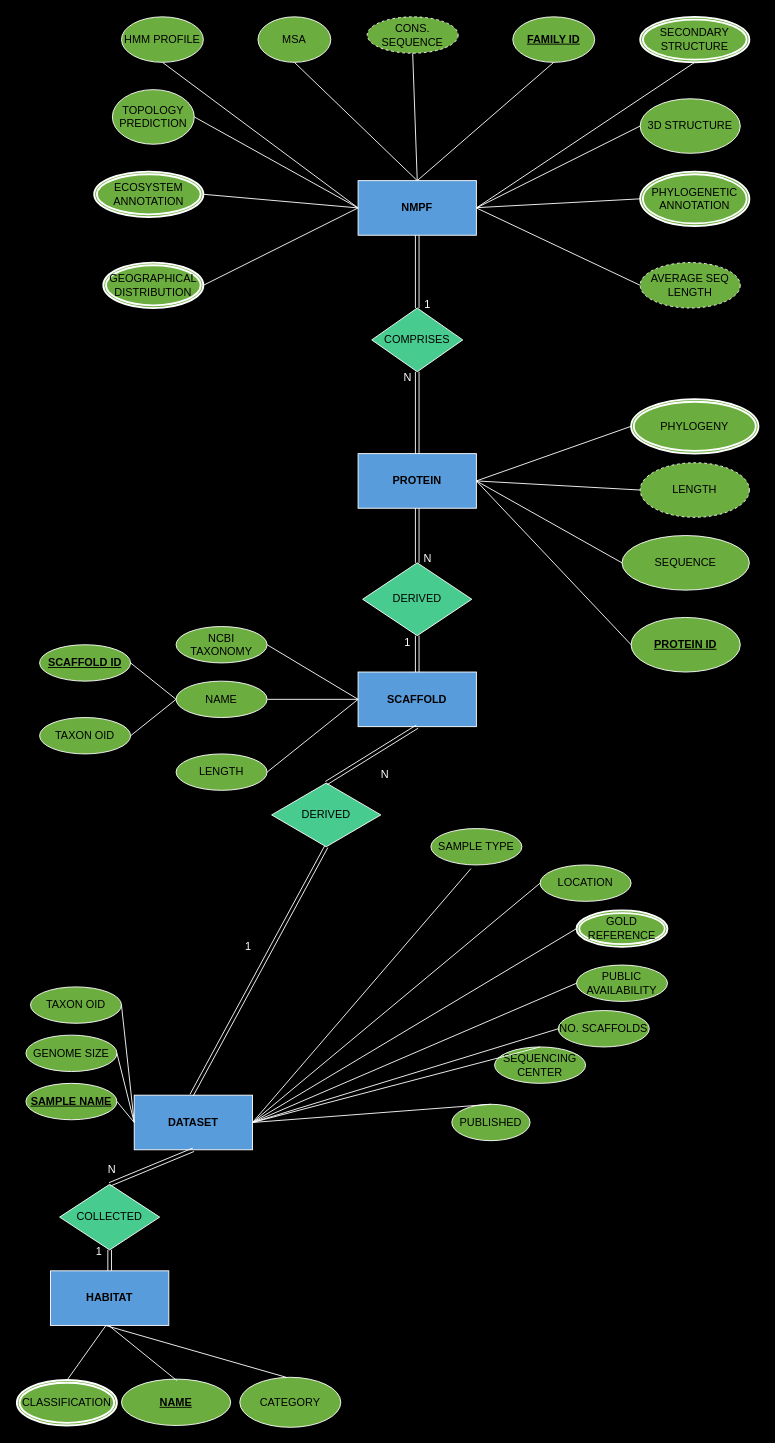
Earlier version of the draw.io diagram Ανώνυμο διάγραμμα.drawio (IceGreb/db_project). Source tidied: cells renumbered, new cells numbered last; positions are measured from the earlier drawing's top-left corner, leaving out a move shared by most shapes. Both pictures are drawn from the tidied source at 91%, with x=0, y=0 at pixel (16, 16).
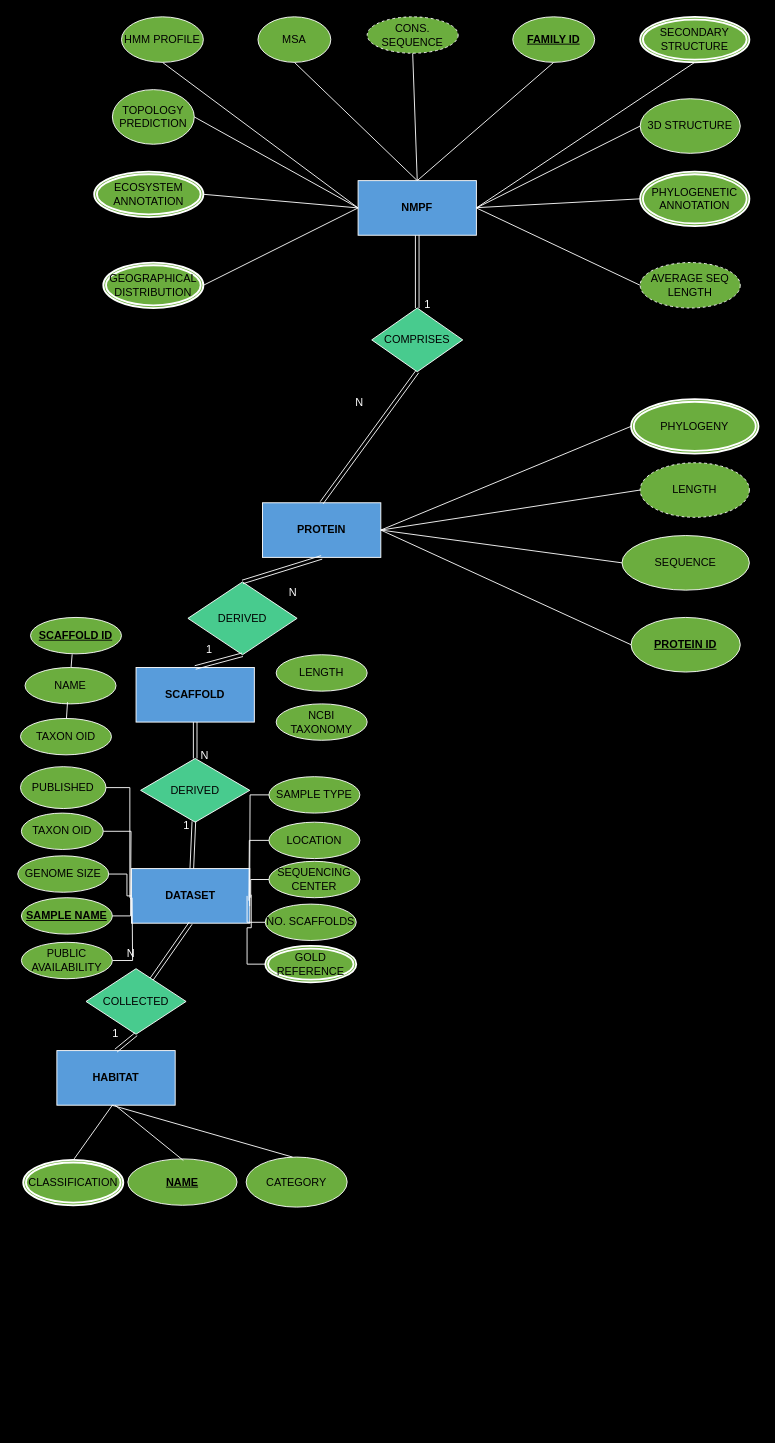
The same page after the edit.

Change to the diagram source:
```diff
@@
     <mxCell id="17" value="&lt;div&gt;PROTEIN&lt;/div&gt;" style="rounded=0;whiteSpace=wrap;html=1;labelBackgroundColor=none;fontFamily=Helvetica;labelBorderColor=none;fillColor=#589cdb;strokeColor=#FFFFFF;fontColor=#000000;fontStyle=1;" parent="1" vertex="1">
-      <mxGeometry x="375" y="480" width="130" height="60" as="geometry" />
+      <mxGeometry x="270" y="534" width="130" height="60" as="geometry" />
     </mxCell>
@@
     <mxCell id="23" value="HABITAT" style="rounded=0;whiteSpace=wrap;html=1;labelBackgroundColor=none;fontFamily=Helvetica;fillColor=#589cdb;fontColor=#000000;strokeColor=#FFFFFF;fontStyle=1;" parent="1" vertex="1">
-      <mxGeometry x="37" y="1378" width="130" height="60" as="geometry" />
+      <mxGeometry x="44" y="1136" width="130" height="60" as="geometry" />
     </mxCell>
     <mxCell id="24" value="SCAFFOLD" style="rounded=0;whiteSpace=wrap;html=1;labelBackgroundColor=none;fontFamily=Helvetica;labelBorderColor=none;fillColor=#589cdb;strokeColor=#FFFFFF;fontColor=#000000;fontStyle=1;" parent="1" vertex="1">
-      <mxGeometry x="375" y="720" width="130" height="60" as="geometry" />
+      <mxGeometry x="131" y="715" width="130" height="60" as="geometry" />
     </mxCell>
     <mxCell id="25" value="DATASET" style="rounded=0;whiteSpace=wrap;html=1;labelBackgroundColor=none;fontFamily=Helvetica;fillColor=#589cdb;strokeColor=#FFFFFF;fontColor=#000000;fontStyle=1;" parent="1" vertex="1">
-      <mxGeometry x="129" y="1185" width="130" height="60" as="geometry" />
+      <mxGeometry x="126" y="936" width="130" height="60" as="geometry" />
     </mxCell>
@@
+    <mxCell id="93" style="edgeStyle=orthogonalEdgeStyle;shape=connector;rounded=0;jettySize=auto;html=1;labelBackgroundColor=default;strokeColor=#FFFFFF;align=center;verticalAlign=middle;fontFamily=Helvetica;fontSize=11;fontColor=default;endArrow=none;endFill=0;" parent="1" edge="1" source="28">
+      <mxGeometry relative="1" as="geometry">
+        <mxPoint x="125" y="969.7" as="targetPoint" />
+      </mxGeometry>
+    </mxCell>
     <mxCell id="28" value="TAXON OID" style="ellipse;whiteSpace=wrap;html=1;align=center;labelBackgroundColor=none;fontFamily=Helvetica;fillColor=#6bad3e;strokeColor=#FFFFFF;fontColor=#000000;labelBorderColor=none;fontStyle=0;" parent="1" vertex="1">
-      <mxGeometry x="15" y="1066" width="100" height="40" as="geometry" />
+      <mxGeometry x="5" y="875" width="90" height="40" as="geometry" />
     </mxCell>
     <mxCell id="29" value="&lt;u&gt;&lt;b&gt;SCAFFOLD ID&lt;/b&gt;&lt;/u&gt;" style="ellipse;whiteSpace=wrap;html=1;align=center;labelBackgroundColor=none;fontFamily=Helvetica;strokeColor=#FFFFFF;fillColor=#6bad3e;fontColor=#000000;labelBorderColor=none;fontStyle=0;" parent="1" vertex="1">
-      <mxGeometry x="25" y="690" width="100" height="40" as="geometry" />
+      <mxGeometry x="15" y="660" width="100" height="40" as="geometry" />
     </mxCell>
-    <mxCell id="30" style="endArrow=none;html=1;rounded=0;labelBackgroundColor=none;fontColor=#000000;entryX=0;entryY=0.5;entryDx=0;entryDy=0;exitX=1;exitY=0.5;exitDx=0;exitDy=0;fontFamily=Helvetica;labelBorderColor=none;strokeColor=#FFFFFF;fontSize=12;fillColor=#6bad3e;fontStyle=0;" parent="1" edge="1" source="29" target="62">
+    <mxCell id="30" style="endArrow=none;html=1;rounded=0;labelBackgroundColor=none;fontColor=#000000;exitX=0.458;exitY=1.013;exitDx=0;exitDy=0;fontFamily=Helvetica;labelBorderColor=none;strokeColor=#FFFFFF;fontSize=12;fillColor=#6bad3e;fontStyle=0;exitPerimeter=0;" parent="1" edge="1" source="29" target="62">
       <mxGeometry relative="1" as="geometry" />
     </mxCell>
-    <mxCell id="31" style="endArrow=none;html=1;rounded=0;labelBackgroundColor=none;fontColor=#FFFFFF;entryX=0;entryY=0.5;entryDx=0;entryDy=0;exitX=1;exitY=0.5;exitDx=0;exitDy=0;fontFamily=Helvetica;strokeColor=#FFFFFF;" parent="1" edge="1" source="28" target="25">
-      <mxGeometry relative="1" as="geometry" />
-    </mxCell>
     <mxCell id="32" value="LENGTH" style="ellipse;whiteSpace=wrap;html=1;align=center;labelBackgroundColor=none;fontFamily=Helvetica;labelBorderColor=none;fillColor=#6bad3e;strokeColor=#FFFFFF;fontColor=#000000;fontStyle=0;" parent="1" vertex="1">
-      <mxGeometry x="175" y="810" width="100" height="40" as="geometry" />
+      <mxGeometry x="285" y="701" width="100" height="40" as="geometry" />
     </mxCell>
-    <mxCell id="33" style="fontSize=12;html=1;endArrow=none;startArrow=none;labelBackgroundColor=none;fontColor=default;startFill=0;endFill=0;rounded=1;strokeColor=#FFFFFF;entryX=0;entryY=0.5;entryDx=0;entryDy=0;exitX=1;exitY=0.5;exitDx=0;exitDy=0;fontFamily=Helvetica;labelBorderColor=none;" parent="1" edge="1" source="32" target="24">
-      <mxGeometry relative="1" as="geometry" />
-    </mxCell>
     <mxCell id="34" value="NCBI TAXONOMY" style="ellipse;whiteSpace=wrap;html=1;align=center;labelBackgroundColor=none;fontFamily=Helvetica;labelBorderColor=none;strokeColor=#FFFFFF;fillColor=#6bad3e;fontColor=#000000;fontStyle=0;" parent="1" vertex="1">
-      <mxGeometry x="175" y="670" width="100" height="40" as="geometry" />
+      <mxGeometry x="285" y="755" width="100" height="40" as="geometry" />
     </mxCell>
-    <mxCell id="35" style="fontSize=12;html=1;endArrow=none;startArrow=none;rounded=0;labelBackgroundColor=none;fontColor=default;startFill=0;endFill=0;entryX=0;entryY=0.5;entryDx=0;entryDy=0;exitX=1;exitY=0.5;exitDx=0;exitDy=0;fontFamily=Helvetica;labelBorderColor=none;strokeColor=#FFFFFF;" parent="1" edge="1" source="34" target="24">
-      <mxGeometry relative="1" as="geometry" />
-    </mxCell>
     <mxCell id="36" value="DERIVED" style="shape=rhombus;perimeter=rhombusPerimeter;whiteSpace=wrap;html=1;align=center;labelBackgroundColor=none;fontFamily=Helvetica;labelBorderColor=none;fillColor=#48cb8e;strokeColor=#FFFFFF;fontColor=#000000;rounded=0;" parent="1" vertex="1">
-      <mxGeometry x="380" y="600" width="120" height="80" as="geometry" />
+      <mxGeometry x="188" y="621" width="120" height="80" as="geometry" />
     </mxCell>
+    <mxCell id="94" style="edgeStyle=orthogonalEdgeStyle;shape=connector;rounded=0;jettySize=auto;html=1;labelBackgroundColor=default;strokeColor=#FFFFFF;align=center;verticalAlign=middle;fontFamily=Helvetica;fontSize=11;fontColor=default;endArrow=none;endFill=0;" parent="1" edge="1" source="37">
+      <mxGeometry relative="1" as="geometry">
+        <mxPoint x="125" y="968" as="targetPoint" />
+      </mxGeometry>
+    </mxCell>
     <mxCell id="37" value="&lt;u&gt;&lt;b&gt;SAMPLE NAME&lt;/b&gt;&lt;/u&gt;" style="ellipse;whiteSpace=wrap;html=1;align=center;labelBackgroundColor=none;fontFamily=Helvetica;fillColor=#6bad3e;strokeColor=#FFFFFF;fontColor=#000000;labelBorderColor=none;fontStyle=0;" parent="1" vertex="1">
-      <mxGeometry x="10" y="1172" width="100" height="40" as="geometry" />
+      <mxGeometry x="5" y="968" width="100" height="40" as="geometry" />
     </mxCell>
+    <mxCell id="95" style="edgeStyle=orthogonalEdgeStyle;shape=connector;rounded=0;jettySize=auto;html=1;labelBackgroundColor=default;strokeColor=#FFFFFF;align=center;verticalAlign=middle;fontFamily=Helvetica;fontSize=11;fontColor=default;endArrow=none;endFill=0;" parent="1" edge="1" source="38">
+      <mxGeometry relative="1" as="geometry">
+        <mxPoint x="255.8" y="977.2" as="targetPoint" />
+      </mxGeometry>
+    </mxCell>
     <mxCell id="38" value="SAMPLE TYPE" style="ellipse;whiteSpace=wrap;html=1;align=center;labelBackgroundColor=none;fontFamily=Helvetica;labelBorderColor=none;fillColor=#6bad3e;strokeColor=#FFFFFF;fontColor=#000000;fontStyle=0;" parent="1" vertex="1">
-      <mxGeometry x="455" y="892" width="100" height="40" as="geometry" />
+      <mxGeometry x="277" y="835" width="100" height="40" as="geometry" />
     </mxCell>
+    <mxCell id="96" style="edgeStyle=orthogonalEdgeStyle;shape=connector;rounded=0;jettySize=auto;html=1;labelBackgroundColor=default;strokeColor=#FFFFFF;align=center;verticalAlign=middle;fontFamily=Helvetica;fontSize=11;fontColor=default;endArrow=none;endFill=0;" parent="1" edge="1" source="39">
+      <mxGeometry relative="1" as="geometry">
+        <mxPoint x="255" y="971.3" as="targetPoint" />
+      </mxGeometry>
+    </mxCell>
     <mxCell id="39" value="LOCATION" style="ellipse;whiteSpace=wrap;html=1;align=center;labelBackgroundColor=none;fontFamily=Helvetica;fillColor=#6bad3e;strokeColor=#FFFFFF;fontColor=#000000;labelBorderColor=none;fontStyle=0;" parent="1" vertex="1">
-      <mxGeometry x="575" y="932" width="100" height="40" as="geometry" />
+      <mxGeometry x="277" y="885" width="100" height="40" as="geometry" />
     </mxCell>
     <mxCell id="40" value="&lt;div&gt;SEQUENCING CENTER&lt;/div&gt;" style="ellipse;whiteSpace=wrap;html=1;align=center;labelBackgroundColor=none;fontFamily=Helvetica;fillColor=#6bad3e;strokeColor=#FFFFFF;fontColor=#000000;labelBorderColor=none;fontStyle=0;" parent="1" vertex="1">
-      <mxGeometry x="525" y="1132" width="100" height="40" as="geometry" />
+      <mxGeometry x="277" y="928" width="100" height="40" as="geometry" />
     </mxCell>
     <mxCell id="41" value="PUBLISHED" style="ellipse;whiteSpace=wrap;html=1;align=center;labelBackgroundColor=none;fontFamily=Helvetica;fillColor=#6bad3e;strokeColor=#FFFFFF;fontColor=#000000;labelBorderColor=none;fontStyle=0;" parent="1" vertex="1">
-      <mxGeometry x="478" y="1195" width="86" height="40" as="geometry" />
+      <mxGeometry x="4" y="824" width="94" height="46" as="geometry" />
     </mxCell>
+    <mxCell id="97" style="edgeStyle=orthogonalEdgeStyle;rounded=0;jettySize=auto;html=1;strokeColor=#FFFFFF;endArrow=none;endFill=0;" parent="1" edge="1" source="42">
+      <mxGeometry relative="1" as="geometry">
+        <mxPoint x="126.7" y="968" as="targetPoint" />
+      </mxGeometry>
+    </mxCell>
     <mxCell id="42" value="PUBLIC AVAILABILITY" style="ellipse;whiteSpace=wrap;html=1;align=center;labelBackgroundColor=none;fontFamily=Helvetica;fillColor=#6bad3e;strokeColor=#FFFFFF;fontColor=#000000;labelBorderColor=none;fontStyle=0;" parent="1" vertex="1">
-      <mxGeometry x="615" y="1042" width="100" height="40" as="geometry" />
+      <mxGeometry x="5" y="1017" width="100" height="40" as="geometry" />
     </mxCell>
+    <mxCell id="98" style="edgeStyle=orthogonalEdgeStyle;shape=connector;rounded=0;jettySize=auto;html=1;labelBackgroundColor=default;strokeColor=#FFFFFF;align=center;verticalAlign=middle;fontFamily=Helvetica;fontSize=11;fontColor=default;endArrow=none;endFill=0;" parent="1" edge="1" source="43" target="25">
+      <mxGeometry relative="1" as="geometry" />
+    </mxCell>
     <mxCell id="43" value="GENOME SIZE" style="ellipse;whiteSpace=wrap;html=1;align=center;labelBackgroundColor=none;fontFamily=Helvetica;fillColor=#6bad3e;strokeColor=#FFFFFF;fontColor=#000000;labelBorderColor=none;fontStyle=0;" parent="1" vertex="1">
-      <mxGeometry x="10" y="1119" width="100" height="40" as="geometry" />
+      <mxGeometry x="1" y="922" width="100" height="40" as="geometry" />
     </mxCell>
+    <mxCell id="99" style="edgeStyle=orthogonalEdgeStyle;shape=connector;rounded=0;jettySize=auto;html=1;labelBackgroundColor=default;strokeColor=#FFFFFF;align=center;verticalAlign=middle;fontFamily=Helvetica;fontSize=11;fontColor=default;endArrow=none;endFill=0;" parent="1" edge="1" source="44" target="25">
+      <mxGeometry relative="1" as="geometry" />
+    </mxCell>
     <mxCell id="44" value="&lt;div&gt;NO. SCAFFOLDS&lt;/div&gt;" style="ellipse;whiteSpace=wrap;html=1;align=center;labelBackgroundColor=none;fontFamily=Helvetica;fillColor=#6bad3e;strokeColor=#FFFFFF;fontColor=#000000;labelBorderColor=none;fontStyle=0;" parent="1" vertex="1">
-      <mxGeometry x="595" y="1092" width="100" height="40" as="geometry" />
+      <mxGeometry x="273" y="975" width="100" height="40" as="geometry" />
     </mxCell>
-    <mxCell id="45" style="endArrow=none;html=1;rounded=0;labelBackgroundColor=none;fontColor=#FFFFFF;exitX=0;exitY=0.5;exitDx=0;exitDy=0;entryX=1;entryY=0.5;entryDx=0;entryDy=0;fontFamily=Helvetica;strokeColor=#FFFFFF;" parent="1" edge="1" source="25" target="43">
-      <mxGeometry relative="1" as="geometry" />
-    </mxCell>
-    <mxCell id="46" style="endArrow=none;html=1;rounded=0;labelBackgroundColor=none;fontColor=default;entryX=0;entryY=0.5;entryDx=0;entryDy=0;exitX=1;exitY=0.5;exitDx=0;exitDy=0;fontFamily=Helvetica;strokeColor=#FFFFFF;" parent="1" edge="1" source="25" target="39">
-      <mxGeometry relative="1" as="geometry" />
-    </mxCell>
-    <mxCell id="47" style="endArrow=none;html=1;rounded=0;labelBackgroundColor=none;fontColor=#FFFFFF;exitX=1;exitY=0.5;exitDx=0;exitDy=0;entryX=0.5;entryY=0;entryDx=0;entryDy=0;fontFamily=Helvetica;strokeColor=#FFFFFF;" parent="1" edge="1" source="25" target="41">
-      <mxGeometry relative="1" as="geometry" />
-    </mxCell>
-    <mxCell id="48" style="endArrow=none;html=1;rounded=0;labelBackgroundColor=none;fontColor=default;exitX=1;exitY=0.5;exitDx=0;exitDy=0;entryX=0;entryY=0.5;entryDx=0;entryDy=0;fontFamily=Helvetica;strokeColor=#FFFFFF;" parent="1" edge="1" source="25" target="66">
-      <mxGeometry relative="1" as="geometry" />
-    </mxCell>
-    <mxCell id="49" style="endArrow=none;html=1;rounded=0;labelBackgroundColor=none;fontColor=default;exitX=1;exitY=0.5;exitDx=0;exitDy=0;entryX=0;entryY=0.5;entryDx=0;entryDy=0;fontFamily=Helvetica;strokeColor=#FFFFFF;" parent="1" edge="1" source="25" target="42">
-      <mxGeometry relative="1" as="geometry" />
-    </mxCell>
-    <mxCell id="50" style="endArrow=none;html=1;rounded=0;labelBackgroundColor=none;fontColor=default;exitX=1;exitY=0.5;exitDx=0;exitDy=0;entryX=0;entryY=0.5;entryDx=0;entryDy=0;fontFamily=Helvetica;strokeColor=#FFFFFF;" parent="1" edge="1" source="25" target="44">
-      <mxGeometry relative="1" as="geometry" />
-    </mxCell>
-    <mxCell id="51" style="endArrow=none;html=1;rounded=0;labelBackgroundColor=none;fontColor=default;exitX=1;exitY=0.5;exitDx=0;exitDy=0;entryX=0.5;entryY=0;entryDx=0;entryDy=0;fontFamily=Helvetica;strokeColor=#FFFFFF;" parent="1" edge="1" source="25" target="40">
-      <mxGeometry relative="1" as="geometry" />
-    </mxCell>
-    <mxCell id="52" style="endArrow=none;html=1;rounded=0;labelBackgroundColor=none;fontColor=#FFFFFF;entryX=1;entryY=0.5;entryDx=0;entryDy=0;exitX=0.44;exitY=1.1;exitDx=0;exitDy=0;exitPerimeter=0;fontFamily=Helvetica;strokeColor=#FFFFFF;" parent="1" edge="1" source="38" target="25">
-      <mxGeometry relative="1" as="geometry" />
-    </mxCell>
-    <mxCell id="53" style="endArrow=none;html=1;rounded=0;labelBackgroundColor=none;fontColor=#FFFFFF;exitX=0;exitY=0.5;exitDx=0;exitDy=0;entryX=1;entryY=0.5;entryDx=0;entryDy=0;fontFamily=Helvetica;strokeColor=#FFFFFF;" parent="1" edge="1" source="25" target="37">
-      <mxGeometry relative="1" as="geometry" />
-    </mxCell>
     <mxCell id="54" value="&lt;u&gt;&lt;b&gt;NAME&lt;/b&gt;&lt;/u&gt;" style="ellipse;whiteSpace=wrap;html=1;align=center;labelBackgroundColor=none;fontFamily=Helvetica;fillColor=#6bad3e;strokeColor=#FFFFFF;fontColor=#000000;labelBorderColor=none;fontStyle=0;" parent="1" vertex="1">
-      <mxGeometry x="115" y="1497" width="120" height="51" as="geometry" />
+      <mxGeometry x="122" y="1255" width="120" height="51" as="geometry" />
     </mxCell>
     <mxCell id="55" value="CATEGORY" style="ellipse;whiteSpace=wrap;html=1;align=center;labelBackgroundColor=none;fontFamily=Helvetica;fillColor=#6bad3e;strokeColor=#FFFFFF;fontColor=#000000;labelBorderColor=none;fontStyle=0;" parent="1" vertex="1">
-      <mxGeometry x="245" y="1495" width="111" height="55" as="geometry" />
+      <mxGeometry x="252" y="1253" width="111" height="55" as="geometry" />
     </mxCell>
@@
     <mxCell id="57" style="endArrow=none;html=1;rounded=0;labelBackgroundColor=none;fontColor=default;entryX=0.467;entryY=1.002;entryDx=0;entryDy=0;fontFamily=Helvetica;strokeColor=#FFFFFF;entryPerimeter=0;" parent="1" edge="1" target="23">
       <mxGeometry relative="1" as="geometry">
-        <mxPoint x="296" y="1495" as="sourcePoint" />
+        <mxPoint x="303" y="1253" as="sourcePoint" />
       </mxGeometry>
     </mxCell>
@@
     <mxCell id="59" value="COLLECTED" style="shape=rhombus;perimeter=rhombusPerimeter;whiteSpace=wrap;html=1;align=center;direction=south;labelBackgroundColor=none;fontFamily=Helvetica;fillColor=#48cb8e;strokeColor=#FFFFFF;fontColor=#000000;rounded=0;" parent="1" vertex="1">
-      <mxGeometry x="47" y="1283" width="110" height="72" as="geometry" />
+      <mxGeometry x="76" y="1046" width="110" height="72" as="geometry" />
     </mxCell>
     <mxCell id="60" value="DERIVED" style="shape=rhombus;perimeter=rhombusPerimeter;whiteSpace=wrap;html=1;align=center;labelBackgroundColor=none;fontFamily=Helvetica;labelBorderColor=none;fillColor=#48cb8e;strokeColor=#FFFFFF;fontColor=#000000;rounded=0;" parent="1" vertex="1">
-      <mxGeometry x="280" y="842" width="120" height="70" as="geometry" />
+      <mxGeometry x="136" y="815" width="120" height="70" as="geometry" />
     </mxCell>
@@
     <mxCell id="62" value="ΝΑΜΕ" style="ellipse;whiteSpace=wrap;html=1;align=center;labelBackgroundColor=none;fontFamily=Helvetica;labelBorderColor=none;strokeColor=#FFFFFF;fillColor=#6bad3e;fontColor=#000000;fontStyle=0;" parent="1" vertex="1">
-      <mxGeometry x="175" y="730" width="100" height="40" as="geometry" />
+      <mxGeometry x="9" y="715" width="100" height="40" as="geometry" />
     </mxCell>
@@
     <mxCell id="64" value="CLASSIFICATION" style="ellipse;shape=doubleEllipse;margin=3;whiteSpace=wrap;html=1;align=center;labelBackgroundColor=none;fontFamily=Helvetica;fillColor=#6bad3e;strokeColor=#FFFFFF;fontColor=#000000;labelBorderColor=none;fontStyle=0;strokeWidth=2;" parent="1" vertex="1">
-      <mxGeometry y="1498" width="110" height="50" as="geometry" />
+      <mxGeometry x="7" y="1256" width="110" height="50" as="geometry" />
     </mxCell>
@@
+    <mxCell id="100" style="edgeStyle=orthogonalEdgeStyle;shape=connector;rounded=0;jettySize=auto;html=1;labelBackgroundColor=default;strokeColor=#FFFFFF;align=center;verticalAlign=middle;fontFamily=Helvetica;fontSize=11;fontColor=default;endArrow=none;endFill=0;entryX=1.012;entryY=0.478;entryDx=0;entryDy=0;entryPerimeter=0;" parent="1" edge="1" source="66" target="25">
+      <mxGeometry relative="1" as="geometry" />
+    </mxCell>
     <mxCell id="66" value="GOLD REFERENCE" style="ellipse;shape=doubleEllipse;margin=3;whiteSpace=wrap;html=1;align=center;labelBackgroundColor=none;fontFamily=Helvetica;fillColor=#6bad3e;strokeColor=#FFFFFF;fontColor=#000000;labelBorderColor=none;fontStyle=0;strokeWidth=2;" parent="1" vertex="1">
-      <mxGeometry x="615" y="982" width="100" height="40" as="geometry" />
+      <mxGeometry x="273" y="1021" width="100" height="40" as="geometry" />
     </mxCell>
@@
-    <mxCell id="72" style="endArrow=none;html=1;rounded=0;exitX=1;exitY=0.5;exitDx=0;exitDy=0;entryX=0;entryY=0.5;entryDx=0;entryDy=0;labelBackgroundColor=none;fontFamily=Helvetica;labelBorderColor=none;strokeColor=#FFFFFF;" parent="1" edge="1" source="62" target="24">
-      <mxGeometry relative="1" as="geometry" />
-    </mxCell>
     <mxCell id="73" value="TAXON OID" style="ellipse;whiteSpace=wrap;html=1;align=center;labelBackgroundColor=none;fontFamily=Helvetica;strokeColor=#FFFFFF;fillColor=#6bad3e;fontColor=#000000;labelBorderColor=none;fontStyle=0;" parent="1" vertex="1">
-      <mxGeometry x="25" y="770" width="100" height="40" as="geometry" />
+      <mxGeometry x="4" y="771" width="100" height="40" as="geometry" />
     </mxCell>
-    <mxCell id="74" style="endArrow=none;html=1;rounded=0;entryX=0;entryY=0.5;entryDx=0;entryDy=0;exitX=1;exitY=0.5;exitDx=0;exitDy=0;labelBackgroundColor=none;fontFamily=Helvetica;labelBorderColor=none;strokeColor=#FFFFFF;fontSize=12;fillColor=#6bad3e;fontColor=#000000;fontStyle=0;" parent="1" edge="1" source="73" target="62">
+    <mxCell id="74" style="endArrow=none;html=1;rounded=0;entryX=0.467;entryY=0.954;entryDx=0;entryDy=0;labelBackgroundColor=none;fontFamily=Helvetica;labelBorderColor=none;strokeColor=#FFFFFF;fontSize=12;fillColor=#6bad3e;fontColor=#000000;fontStyle=0;entryPerimeter=0;" parent="1" edge="1" source="73" target="62">
       <mxGeometry relative="1" as="geometry" />
     </mxCell>
-    <mxCell id="75" style="shape=link;html=1;rounded=0;exitX=0.485;exitY=0;exitDx=0;exitDy=0;entryX=0.5;entryY=1;entryDx=0;entryDy=0;width=4;labelBackgroundColor=none;fontFamily=Helvetica;strokeColor=#FFFFFF;fontColor=#FFFFFF;exitPerimeter=0;" parent="1" edge="1" source="25" target="60">
+    <mxCell id="75" style="shape=link;html=1;rounded=0;width=4;labelBackgroundColor=none;fontFamily=Helvetica;strokeColor=#FFFFFF;fontColor=#FFFFFF;" parent="1" edge="1" source="25" target="60">
       <mxGeometry relative="1" as="geometry" />
     </mxCell>
     <mxCell id="76" value="1" style="html=1;whiteSpace=wrap;align=right;verticalAlign=bottom;labelBackgroundColor=none;fontFamily=Helvetica;fontColor=#FFFFFF;" parent="75" vertex="1">
       <mxGeometry relative="1" as="geometry">
-        <mxPoint x="-7" y="-19" as="offset" />
+        <mxPoint x="-2" y="-13" as="offset" />
       </mxGeometry>
     </mxCell>
-    <mxCell id="77" style="shape=link;html=1;rounded=0;entryX=0.5;entryY=1;entryDx=0;entryDy=0;exitX=0;exitY=0.5;exitDx=0;exitDy=0;labelBackgroundColor=none;fontFamily=Helvetica;strokeColor=#FFFFFF;fontColor=#FFFFFF;" parent="1" edge="1" source="59" target="25">
+    <mxCell id="77" style="shape=link;html=1;rounded=0;entryX=0.5;entryY=1;entryDx=0;entryDy=0;labelBackgroundColor=none;fontFamily=Helvetica;strokeColor=#FFFFFF;fontColor=#FFFFFF;" parent="1" edge="1" source="59" target="25">
       <mxGeometry relative="1" as="geometry" />
     </mxCell>
@@
-    <mxCell id="85" style="shape=link;html=1;rounded=0;exitX=0.5;exitY=0;exitDx=0;exitDy=0;entryX=0.5;entryY=1;entryDx=0;entryDy=0;labelBackgroundColor=none;fontFamily=Helvetica;labelBorderColor=none;strokeColor=#FFFFFF;fontColor=#FFFFFF;" parent="1" edge="1" source="60" target="24">
+    <mxCell id="85" style="shape=link;html=1;rounded=0;entryX=0.5;entryY=1;entryDx=0;entryDy=0;labelBackgroundColor=none;fontFamily=Helvetica;labelBorderColor=none;strokeColor=#FFFFFF;fontColor=#FFFFFF;" parent="1" edge="1" source="60" target="24">
       <mxGeometry relative="1" as="geometry" />
     </mxCell>
     <mxCell id="86" value="Ν" style="html=1;whiteSpace=wrap;align=right;verticalAlign=bottom;labelBackgroundColor=none;fontFamily=Helvetica;labelBorderColor=none;fontColor=#FFFFFF;" parent="85" vertex="1">
       <mxGeometry relative="1" as="geometry">
-        <mxPoint x="20" y="30" as="offset" />
+        <mxPoint x="16" y="25" as="offset" />
       </mxGeometry>
     </mxCell>
@@
+    <mxCell id="101" style="edgeStyle=orthogonalEdgeStyle;rounded=0;jettySize=auto;html=1;entryX=-0.014;entryY=0.533;entryDx=0;entryDy=0;entryPerimeter=0;strokeColor=#FFFFFF;endArrow=none;endFill=0;" parent="1" edge="1" source="41" target="25">
+      <mxGeometry relative="1" as="geometry" />
+    </mxCell>
+    <mxCell id="102" style="edgeStyle=orthogonalEdgeStyle;shape=connector;rounded=0;jettySize=auto;html=1;entryX=1.005;entryY=0.533;entryDx=0;entryDy=0;entryPerimeter=0;labelBackgroundColor=default;strokeColor=#FFFFFF;align=center;verticalAlign=middle;fontFamily=Helvetica;fontSize=11;fontColor=default;endArrow=none;endFill=0;" parent="1" edge="1" source="40" target="25">
+      <mxGeometry relative="1" as="geometry" />
+    </mxCell>
```
